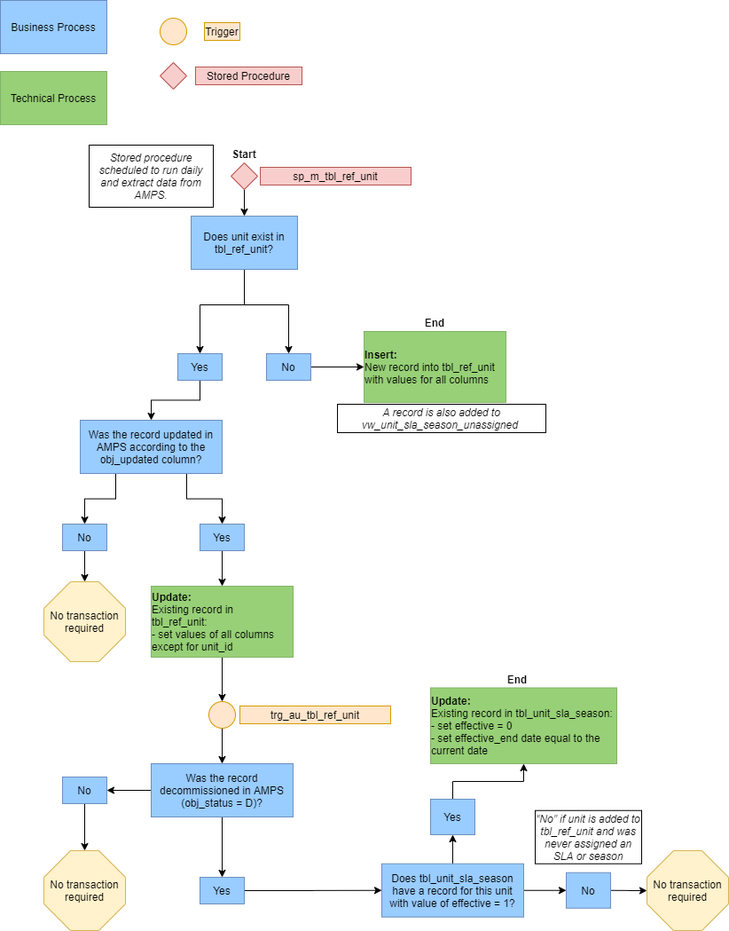
This is images/diagram4.png from NYC-Parks/SLADB, a draw.io export, as it was before one commit. Source tidied: cells renumbered, new cells last; positions are measured from the earlier drawing's top-left corner, leaving out a move shared by most shapes.
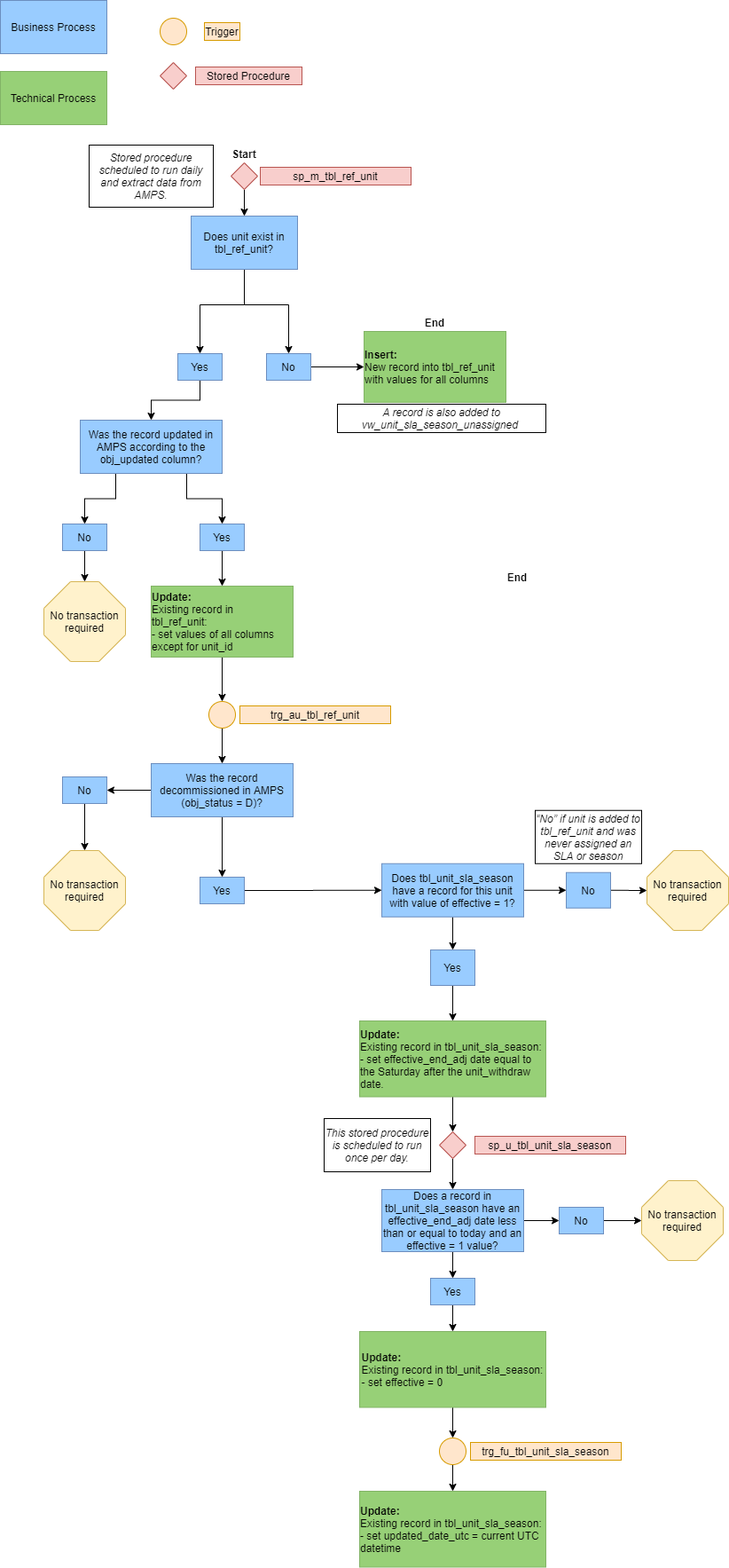
After the commit.

What changed in the source:
```diff
@@ -69,11 +69,11 @@
     <mxCell id="21" value="Does tbl_unit_sla_season have a record for this unit with value of effective = 1?" style="rounded=0;whiteSpace=wrap;html=1;fillColor=#99CCFF;strokeColor=#6c8ebf;" parent="1" vertex="1">
       <mxGeometry x="430" y="972.8" width="160" height="60" as="geometry" />
     </mxCell>
-    <mxCell id="22" style="edgeStyle=orthogonalEdgeStyle;rounded=0;jettySize=auto;html=1;exitX=0.5;exitY=0;exitDx=0;exitDy=0;" parent="1" edge="1" source="23" target="27">
+    <mxCell id="22" style="edgeStyle=orthogonalEdgeStyle;rounded=0;jettySize=auto;html=1;exitX=0.5;exitY=1;exitDx=0;exitDy=0;entryX=0.5;entryY=0;entryDx=0;entryDy=0;" parent="1" edge="1" source="23" target="27">
       <mxGeometry relative="1" as="geometry" />
     </mxCell>
     <mxCell id="23" value="Yes" style="rounded=0;whiteSpace=wrap;html=1;fillColor=#99CCFF;strokeColor=#6c8ebf;" parent="1" vertex="1">
-      <mxGeometry x="485" y="900" width="50" height="40" as="geometry" />
+      <mxGeometry x="485" y="1070" width="50" height="40" as="geometry" />
     </mxCell>
     <mxCell id="24" style="edgeStyle=orthogonalEdgeStyle;rounded=0;jettySize=auto;html=1;exitX=1;exitY=0.5;exitDx=0;exitDy=0;entryX=0;entryY=0.5;entryDx=0;entryDy=0;entryPerimeter=0;" parent="1" edge="1" source="25" target="26">
       <mxGeometry relative="1" as="geometry" />
@@ -84,8 +84,11 @@
     <mxCell id="26" value="No transaction required" style="whiteSpace=wrap;html=1;shape=mxgraph.basic.octagon2;align=center;verticalAlign=middle;dx=15;fillColor=#fff2cc;strokeColor=#d6b656;" parent="1" vertex="1">
       <mxGeometry x="729" y="958" width="92" height="90" as="geometry" />
     </mxCell>
+    <mxCell id="55" style="edgeStyle=orthogonalEdgeStyle;rounded=0;jettySize=auto;html=1;exitX=0.5;exitY=1;exitDx=0;exitDy=0;entryX=0.5;entryY=0;entryDx=0;entryDy=0;" parent="1" edge="1" source="27" target="58">
+      <mxGeometry relative="1" as="geometry" />
+    </mxCell>
-    <mxCell id="27" value="&lt;div style=&quot;text-align: left&quot;&gt;&lt;b&gt;Update:&lt;/b&gt;&lt;/div&gt;&lt;div style=&quot;text-align: left&quot;&gt;Existing record in tbl_unit_sla_season:&lt;/div&gt;&lt;div style=&quot;text-align: left&quot;&gt;- set effective = 0&lt;/div&gt;&lt;div style=&quot;text-align: left&quot;&gt;- set effective_end date equal to the current date&lt;/div&gt;" style="rounded=0;whiteSpace=wrap;html=1;fillColor=#97D077;strokeColor=#82b366;" parent="1" vertex="1">
-      <mxGeometry x="485" y="774.5" width="210" height="85.5" as="geometry" />
+    <mxCell id="27" value="&lt;div style=&quot;text-align: left&quot;&gt;&lt;b&gt;Update:&lt;/b&gt;&lt;/div&gt;&lt;div style=&quot;text-align: left&quot;&gt;Existing record in tbl_unit_sla_season:&lt;/div&gt;&lt;div style=&quot;text-align: left&quot;&gt;&lt;span&gt;- set effective_end_adj date equal to the Saturday after the unit_withdraw date.&lt;/span&gt;&lt;br&gt;&lt;/div&gt;" style="rounded=0;whiteSpace=wrap;html=1;fillColor=#97D077;strokeColor=#82b366;" parent="1" vertex="1">
+      <mxGeometry x="405" y="1150" width="210" height="85.5" as="geometry" />
     </mxCell>
     <mxCell id="28" value="&lt;span id=&quot;docs-internal-guid-cab402d8-7fff-18fc-b851-d093ed2a1515&quot;&gt;&lt;span style=&quot;font-family: &amp;#34;arial&amp;#34; ; background-color: transparent ; vertical-align: baseline&quot;&gt;&lt;font style=&quot;font-size: 12px&quot;&gt;&lt;i&gt;A record is also added to vw_unit_sla_season_unassigned&amp;nbsp;&lt;/i&gt;&lt;/font&gt;&lt;/span&gt;&lt;/span&gt;" style="rounded=0;whiteSpace=wrap;html=1;fillColor=none;" parent="1" vertex="1">
       <mxGeometry x="380" y="455" width="235" height="32" as="geometry" />
@@ -160,7 +163,7 @@
       <mxGeometry x="49" y="958" width="92" height="90" as="geometry" />
     </mxCell>
     <mxCell id="52" value="End" style="text;html=1;strokeColor=none;fillColor=none;align=center;verticalAlign=middle;whiteSpace=wrap;rounded=0;fontStyle=1;" parent="1" vertex="1">
-      <mxGeometry x="563" y="754.5" width="40" height="20" as="geometry" />
+      <mxGeometry x="563" y="640" width="40" height="20" as="geometry" />
     </mxCell>
     <mxCell id="53" value="End" style="text;html=1;strokeColor=none;fillColor=none;align=center;verticalAlign=middle;whiteSpace=wrap;rounded=0;fontStyle=1;" parent="1" vertex="1">
       <mxGeometry x="470" y="353" width="40" height="20" as="geometry" />
@@ -168,5 +171,59 @@
     <mxCell id="54" value="Start" style="text;html=1;strokeColor=none;fillColor=none;align=center;verticalAlign=middle;whiteSpace=wrap;rounded=0;fontStyle=1;" parent="1" vertex="1">
       <mxGeometry x="255" y="163" width="40" height="20" as="geometry" />
     </mxCell>
+    <mxCell id="56" value="sp_u_tbl_unit_sla_season" style="text;html=1;strokeColor=#b85450;fillColor=#f8cecc;align=center;verticalAlign=middle;whiteSpace=wrap;rounded=0;" parent="1" vertex="1">
+      <mxGeometry x="535" y="1280" width="170" height="20" as="geometry" />
+    </mxCell>
+    <mxCell id="57" style="edgeStyle=orthogonalEdgeStyle;rounded=0;jettySize=auto;html=1;exitX=0.5;exitY=1;exitDx=0;exitDy=0;entryX=0.5;entryY=0;entryDx=0;entryDy=0;" parent="1" edge="1" source="58" target="61">
+      <mxGeometry relative="1" as="geometry" />
+    </mxCell>
+    <mxCell id="58" style="rhombus;whiteSpace=wrap;html=1;fillColor=#f8cecc;strokeColor=#b85450;" parent="1" vertex="1">
+      <mxGeometry x="495" y="1275" width="30" height="30" as="geometry" />
+    </mxCell>
+    <mxCell id="59" style="edgeStyle=orthogonalEdgeStyle;rounded=0;jettySize=auto;html=1;exitX=1;exitY=0.5;exitDx=0;exitDy=0;" parent="1" edge="1" source="61" target="65">
+      <mxGeometry relative="1" as="geometry" />
+    </mxCell>
+    <mxCell id="60" style="edgeStyle=orthogonalEdgeStyle;rounded=0;jettySize=auto;html=1;exitX=0.5;exitY=1;exitDx=0;exitDy=0;entryX=0.5;entryY=0;entryDx=0;entryDy=0;" parent="1" edge="1" source="61" target="63">
+      <mxGeometry relative="1" as="geometry" />
+    </mxCell>
+    <mxCell id="61" value="Does a record in tbl_unit_sla_season have an effective_end_adj date less than or equal to today and an effective = 1 value?" style="rounded=0;whiteSpace=wrap;html=1;fillColor=#99CCFF;strokeColor=#6c8ebf;" parent="1" vertex="1">
+      <mxGeometry x="430" y="1340" width="160" height="70" as="geometry" />
+    </mxCell>
+    <mxCell id="62" style="edgeStyle=orthogonalEdgeStyle;rounded=0;jettySize=auto;html=1;exitX=0.5;exitY=1;exitDx=0;exitDy=0;entryX=0.5;entryY=0;entryDx=0;entryDy=0;" parent="1" edge="1" source="63" target="68">
+      <mxGeometry relative="1" as="geometry" />
+    </mxCell>
+    <mxCell id="63" value="Yes" style="rounded=0;whiteSpace=wrap;html=1;fillColor=#99CCFF;strokeColor=#6c8ebf;" parent="1" vertex="1">
+      <mxGeometry x="485" y="1440" width="50" height="30" as="geometry" />
+    </mxCell>
+    <mxCell id="64" style="edgeStyle=orthogonalEdgeStyle;rounded=0;jettySize=auto;html=1;exitX=1;exitY=0.5;exitDx=0;exitDy=0;entryX=0;entryY=0.5;entryDx=0;entryDy=0;entryPerimeter=0;" parent="1" edge="1" source="65" target="66">
+      <mxGeometry relative="1" as="geometry" />
+    </mxCell>
+    <mxCell id="65" value="No" style="rounded=0;whiteSpace=wrap;html=1;fillColor=#99CCFF;strokeColor=#6c8ebf;" parent="1" vertex="1">
+      <mxGeometry x="630" y="1360" width="50" height="30" as="geometry" />
+    </mxCell>
+    <mxCell id="66" value="No transaction required" style="whiteSpace=wrap;html=1;shape=mxgraph.basic.octagon2;align=center;verticalAlign=middle;dx=15;fillColor=#fff2cc;strokeColor=#d6b656;" parent="1" vertex="1">
+      <mxGeometry x="723" y="1330" width="92" height="90" as="geometry" />
+    </mxCell>
+    <mxCell id="67" style="edgeStyle=orthogonalEdgeStyle;rounded=0;jettySize=auto;html=1;exitX=0.5;exitY=1;exitDx=0;exitDy=0;" parent="1" edge="1" source="68" target="71">
+      <mxGeometry relative="1" as="geometry" />
+    </mxCell>
+    <mxCell id="68" value="&lt;div style=&quot;text-align: left&quot;&gt;&lt;b&gt;Update:&lt;/b&gt;&lt;/div&gt;&lt;div style=&quot;text-align: left&quot;&gt;Existing record in tbl_unit_sla_season:&lt;/div&gt;&lt;div style=&quot;text-align: left&quot;&gt;&lt;span&gt;- set effective = 0&lt;/span&gt;&lt;br&gt;&lt;/div&gt;" style="rounded=0;whiteSpace=wrap;html=1;fillColor=#97D077;strokeColor=#82b366;" parent="1" vertex="1">
+      <mxGeometry x="405" y="1500" width="210" height="85.5" as="geometry" />
+    </mxCell>
+    <mxCell id="69" value="trg_fu_tbl_unit_sla_season" style="text;html=1;strokeColor=#d79b00;fillColor=#ffe6cc;align=center;verticalAlign=middle;whiteSpace=wrap;rounded=0;" parent="1" vertex="1">
+      <mxGeometry x="530" y="1625" width="170" height="20" as="geometry" />
+    </mxCell>
+    <mxCell id="70" style="edgeStyle=orthogonalEdgeStyle;rounded=0;jettySize=auto;html=1;" parent="1" edge="1" source="71" target="72">
+      <mxGeometry relative="1" as="geometry" />
+    </mxCell>
+    <mxCell id="71" style="ellipse;whiteSpace=wrap;html=1;fillColor=#ffe6cc;strokeColor=#d79b00;" parent="1" vertex="1">
+      <mxGeometry x="495" y="1620" width="30" height="30" as="geometry" />
+    </mxCell>
+    <mxCell id="72" value="&lt;div style=&quot;text-align: left&quot;&gt;&lt;b&gt;Update:&lt;/b&gt;&lt;/div&gt;&lt;div style=&quot;text-align: left&quot;&gt;Existing record in tbl_unit_sla_season:&lt;/div&gt;&lt;div style=&quot;text-align: left&quot;&gt;&lt;span&gt;- set updated_date_utc = current UTC datetime&lt;/span&gt;&lt;br&gt;&lt;/div&gt;" style="rounded=0;whiteSpace=wrap;html=1;fillColor=#97D077;strokeColor=#82b366;" parent="1" vertex="1">
+      <mxGeometry x="405" y="1680" width="210" height="85.5" as="geometry" />
+    </mxCell>
+    <mxCell id="73" value="&lt;span id=&quot;docs-internal-guid-5fe48b0e-7fff-a765-be8b-5b3e4f1d802c&quot;&gt;&lt;span style=&quot;font-family: &amp;#34;arial&amp;#34; ; background-color: transparent ; vertical-align: baseline&quot;&gt;&lt;font style=&quot;font-size: 12px&quot;&gt;This stored procedure is scheduled to run once per day.&lt;/font&gt;&lt;/span&gt;&lt;/span&gt;" style="rounded=0;whiteSpace=wrap;html=1;fillColor=none;fontStyle=2;" parent="1" vertex="1">
+      <mxGeometry x="365" y="1260" width="120" height="60" as="geometry" />
+    </mxCell>
   </root>
 </mxGraphModel>
```
